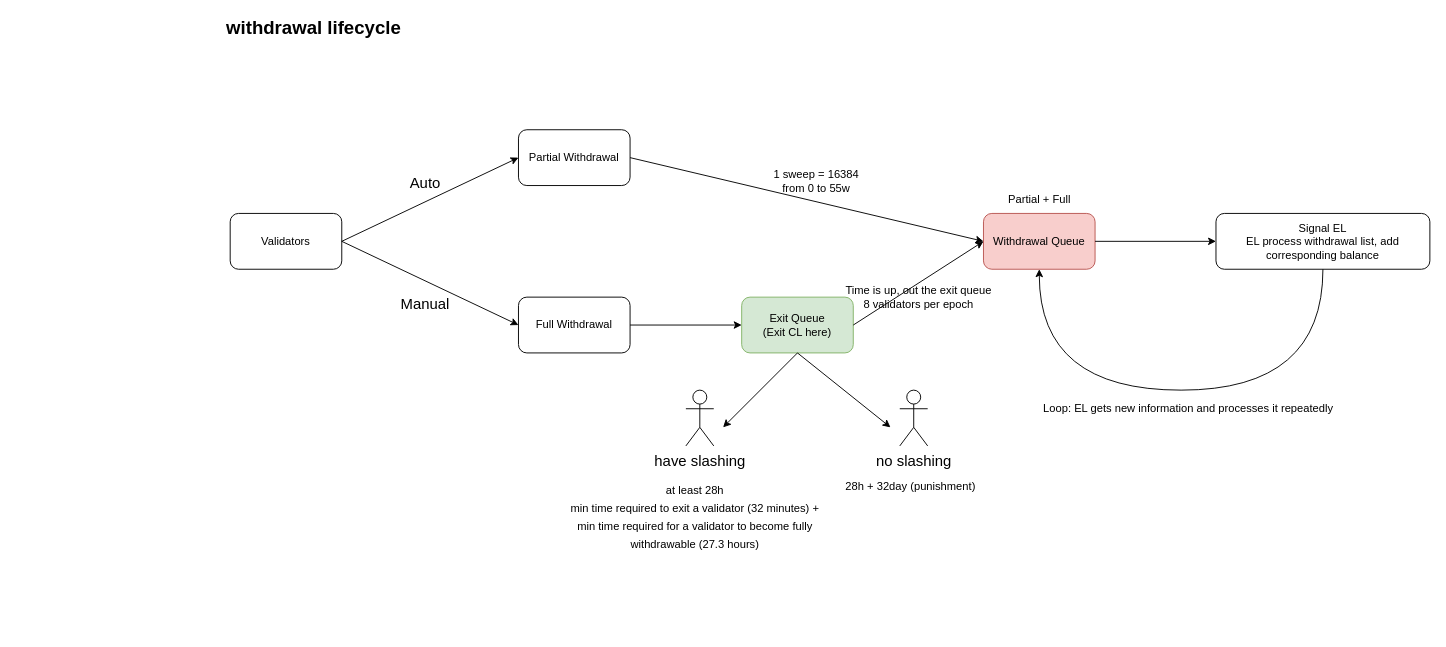
Before: beacon-chain-withdrawals/withdrawal-lifecycle.drawio in 0xyicheng/a-research-diagram, a draw.io diagram. Source tidied: cells renumbered, new cells numbered last; positions are measured from the earlier drawing's top-left corner, leaving out a move shared by most shapes. Both pictures are drawn from the tidied source at 93%, with x=0, y=0 at pixel (165, 18).
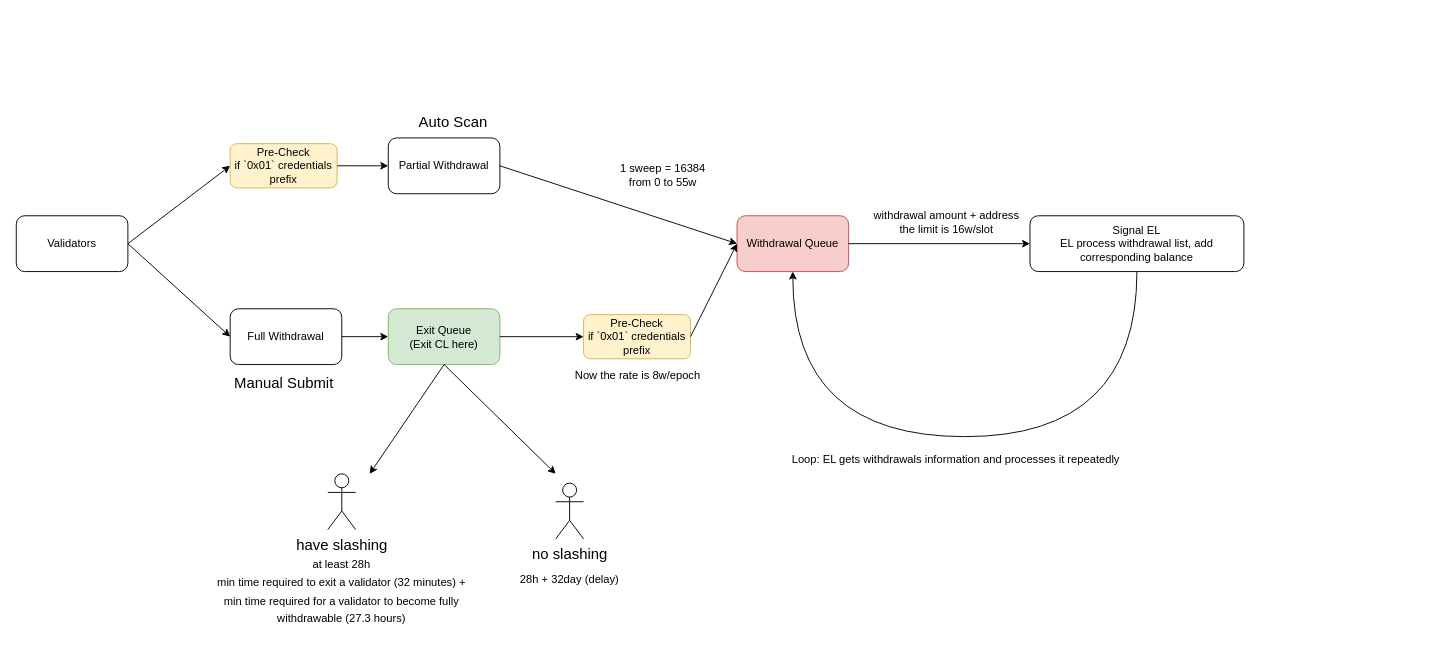
Above is the later version.

The edit, as a diff of the source:
```diff
@@
     <mxCell id="2" value="Validators" style="rounded=1;whiteSpace=wrap;html=1;" parent="1" vertex="1">
-      <mxGeometry x="70" y="210" width="120" height="60" as="geometry" />
+      <mxGeometry x="-160" y="212.5" width="120" height="60" as="geometry" />
     </mxCell>
     <mxCell id="3" value="Partial Withdrawal" style="rounded=1;whiteSpace=wrap;html=1;" parent="1" vertex="1">
-      <mxGeometry x="380" y="120" width="120" height="60" as="geometry" />
+      <mxGeometry x="240" y="128.8" width="120" height="60" as="geometry" />
     </mxCell>
-    <mxCell id="4" value="&lt;font style=&quot;font-size: 20px;&quot;&gt;&lt;b&gt;withdrawal lifecycle&lt;/b&gt;&lt;/font&gt;" style="text;html=1;strokeColor=none;fillColor=none;align=center;verticalAlign=middle;whiteSpace=wrap;rounded=0;" parent="1" vertex="1">
-      <mxGeometry width="320" height="20" as="geometry" />
-    </mxCell>
     <mxCell id="5" value="Full Withdrawal" style="rounded=1;whiteSpace=wrap;html=1;" parent="1" vertex="1">
-      <mxGeometry x="380" y="300" width="120" height="60" as="geometry" />
+      <mxGeometry x="70" y="312.5" width="120" height="60" as="geometry" />
     </mxCell>
-    <mxCell id="6" style="endArrow=classic;html=1;rounded=0;fontSize=20;exitX=1;exitY=0.5;exitDx=0;exitDy=0;entryX=0;entryY=0.5;entryDx=0;entryDy=0;" parent="1" edge="1" source="2" target="3">
+    <mxCell id="6" style="endArrow=classic;html=1;rounded=0;fontSize=20;exitX=1;exitY=0.5;exitDx=0;exitDy=0;entryX=0;entryY=0.5;entryDx=0;entryDy=0;" parent="1" edge="1" source="2" target="28">
       <mxGeometry relative="1" as="geometry" />
     </mxCell>
@@
-    <mxCell id="8" value="&lt;font style=&quot;font-size: 16px;&quot;&gt;Auto&lt;/font&gt;" style="text;html=1;strokeColor=none;fillColor=none;align=center;verticalAlign=middle;whiteSpace=wrap;rounded=0;fontSize=20;" parent="1" vertex="1">
-      <mxGeometry x="250" y="160" width="60" height="30" as="geometry" />
+    <mxCell id="8" value="&lt;font style=&quot;font-size: 16px;&quot;&gt;Auto Scan&lt;/font&gt;" style="text;html=1;strokeColor=none;fillColor=none;align=center;verticalAlign=middle;whiteSpace=wrap;rounded=0;fontSize=20;" parent="1" vertex="1">
+      <mxGeometry x="250" y="100" width="120" height="20" as="geometry" />
     </mxCell>
-    <mxCell id="9" value="&lt;span style=&quot;font-size: 16px;&quot;&gt;Manual&lt;/span&gt;" style="text;html=1;strokeColor=none;fillColor=none;align=center;verticalAlign=middle;whiteSpace=wrap;rounded=0;fontSize=20;" parent="1" vertex="1">
-      <mxGeometry x="250" y="290" width="60" height="30" as="geometry" />
+    <mxCell id="9" value="&lt;span style=&quot;font-size: 16px;&quot;&gt;Manual Submit&lt;/span&gt;" style="text;html=1;strokeColor=none;fillColor=none;align=center;verticalAlign=middle;whiteSpace=wrap;rounded=0;fontSize=20;" parent="1" vertex="1">
+      <mxGeometry x="67.5" y="380" width="120" height="20" as="geometry" />
     </mxCell>
     <mxCell id="10" value="have slashing" style="shape=umlActor;verticalLabelPosition=bottom;verticalAlign=top;html=1;fontSize=16;" parent="1" vertex="1">
-      <mxGeometry x="560" y="400" width="30" height="60" as="geometry" />
+      <mxGeometry x="175" y="490" width="30" height="60" as="geometry" />
     </mxCell>
     <mxCell id="11" value="no slashing" style="shape=umlActor;verticalLabelPosition=bottom;verticalAlign=top;html=1;fontSize=16;" parent="1" vertex="1">
-      <mxGeometry x="790" y="400" width="30" height="60" as="geometry" />
+      <mxGeometry x="420" y="500" width="30" height="60" as="geometry" />
     </mxCell>
     <mxCell id="12" value="&lt;font style=&quot;font-size: 12px;&quot;&gt;at least 28h&lt;br&gt;min time required to exit a validator (32 minutes) + min time required for a validator to become fully withdrawable (27.3 hours)&lt;br&gt;&lt;/font&gt;" style="text;html=1;strokeColor=none;fillColor=none;align=center;verticalAlign=middle;whiteSpace=wrap;rounded=0;fontSize=16;" parent="1" vertex="1">
-      <mxGeometry x="430" y="490" width="280" height="90" as="geometry" />
+      <mxGeometry x="50" y="570" width="280" height="90" as="geometry" />
     </mxCell>
-    <mxCell id="13" value="28h + 32day (punishment)" style="text;whiteSpace=wrap;html=1;fontSize=12;" parent="1" vertex="1">
-      <mxGeometry x="730" y="490" width="150" height="20" as="geometry" />
+    <mxCell id="13" value="28h + 32day (delay)" style="text;whiteSpace=wrap;html=1;fontSize=12;" parent="1" vertex="1">
+      <mxGeometry x="380" y="590" width="150" height="20" as="geometry" />
     </mxCell>
     <mxCell id="14" value="Withdrawal Queue" style="rounded=1;whiteSpace=wrap;html=1;fontSize=12;fillColor=#f8cecc;strokeColor=#b85450;" parent="1" vertex="1">
-      <mxGeometry x="880" y="210" width="120" height="60" as="geometry" />
+      <mxGeometry x="615" y="212.5" width="120" height="60" as="geometry" />
     </mxCell>
     <mxCell id="15" value="Exit Queue&lt;br&gt;(Exit CL here)" style="rounded=1;whiteSpace=wrap;html=1;fontSize=12;fillColor=#d5e8d4;strokeColor=#82b366;" parent="1" vertex="1">
-      <mxGeometry x="620" y="300" width="120" height="60" as="geometry" />
+      <mxGeometry x="240" y="312.5" width="120" height="60" as="geometry" />
     </mxCell>
@@
     <mxCell id="17" style="endArrow=classic;html=1;rounded=0;fontSize=20;exitX=0.5;exitY=1;exitDx=0;exitDy=0;" parent="1" edge="1" source="15">
       <mxGeometry relative="1" as="geometry">
-        <mxPoint x="600" y="440" as="targetPoint" />
+        <mxPoint x="220" y="490" as="targetPoint" />
       </mxGeometry>
     </mxCell>
     <mxCell id="18" style="endArrow=classic;html=1;rounded=0;fontSize=20;exitX=0.5;exitY=1;exitDx=0;exitDy=0;" parent="1" edge="1" source="15">
       <mxGeometry relative="1" as="geometry">
-        <mxPoint x="780" y="440" as="targetPoint" />
+        <mxPoint x="420" y="490" as="targetPoint" />
       </mxGeometry>
     </mxCell>
@@
-    <mxCell id="20" style="endArrow=classic;html=1;rounded=0;fontSize=20;exitX=1;exitY=0.5;exitDx=0;exitDy=0;entryX=0;entryY=0.5;entryDx=0;entryDy=0;" parent="1" edge="1" source="15" target="14">
-      <mxGeometry relative="1" as="geometry" />
-    </mxCell>
-    <mxCell id="21" value="Time is up, out the exit queue&lt;br&gt;8 validators per epoch" style="text;html=1;align=center;verticalAlign=middle;strokeColor=none;fillColor=none;fontSize=12;" parent="1" vertex="1">
-      <mxGeometry x="720" y="280" width="180" height="40" as="geometry" />
+    <mxCell id="21" value="Now the rate is 8w/epoch" style="text;html=1;align=center;verticalAlign=middle;strokeColor=none;fillColor=none;fontSize=12;" parent="1" vertex="1">
+      <mxGeometry x="427.5" y="370" width="160" height="30" as="geometry" />
     </mxCell>
     <mxCell id="22" value="1 sweep = 16384&lt;br&gt;from 0 to 55w" style="text;html=1;align=center;verticalAlign=middle;strokeColor=none;fillColor=none;fontSize=12;" parent="1" vertex="1">
-      <mxGeometry x="640" y="155" width="120" height="40" as="geometry" />
+      <mxGeometry x="475" y="148.8" width="120" height="40" as="geometry" />
     </mxCell>
     <mxCell id="23" value="Signal EL&lt;br&gt;EL process withdrawal list, add corresponding balance" style="rounded=1;whiteSpace=wrap;html=1;fontSize=12;" parent="1" vertex="1">
-      <mxGeometry x="1130" y="210" width="230" height="60" as="geometry" />
+      <mxGeometry x="930" y="212.5" width="230" height="60" as="geometry" />
     </mxCell>
@@
-    <mxCell id="25" value="Partial + Full" style="text;html=1;align=center;verticalAlign=middle;strokeColor=none;fillColor=none;fontSize=12;" parent="1" vertex="1">
-      <mxGeometry x="895" y="180" width="90" height="30" as="geometry" />
+    <mxCell id="25" value="withdrawal amount + address&lt;br&gt;the limit is 16w/slot" style="text;html=1;align=center;verticalAlign=middle;strokeColor=none;fillColor=none;fontSize=12;" parent="1" vertex="1">
+      <mxGeometry x="750" y="200" width="180" height="40" as="geometry" />
     </mxCell>
     <mxCell id="26" style="endArrow=classic;html=1;rounded=0;fontSize=12;edgeStyle=orthogonalEdgeStyle;curved=1;exitX=0.5;exitY=1;exitDx=0;exitDy=0;entryX=0.5;entryY=1;entryDx=0;entryDy=0;" parent="1" edge="1" source="23" target="14">
       <mxGeometry relative="1" as="geometry">
         <Array as="points">
-          <mxPoint x="1245" y="400" />
-          <mxPoint x="940" y="400" />
+          <mxPoint x="1045" y="450" />
+          <mxPoint x="675" y="450" />
         </Array>
       </mxGeometry>
     </mxCell>
-    <mxCell id="27" value="Loop: EL gets new information and processes it repeatedly" style="text;html=1;align=center;verticalAlign=middle;strokeColor=none;fillColor=none;fontSize=12;" parent="1" vertex="1">
-      <mxGeometry x="930" y="405" width="340" height="30" as="geometry" />
+    <mxCell id="27" value="Loop: EL gets withdrawals information and processes it repeatedly" style="text;html=1;align=center;verticalAlign=middle;strokeColor=none;fillColor=none;fontSize=12;" parent="1" vertex="1">
+      <mxGeometry x="660" y="460" width="380" height="30" as="geometry" />
     </mxCell>
+    <mxCell id="28" value="Pre-Check&lt;br&gt;if `0x01` credentials prefix" style="rounded=1;whiteSpace=wrap;html=1;fillColor=#fff2cc;strokeColor=#d6b656;" parent="1" vertex="1">
+      <mxGeometry x="70" y="135" width="115" height="47.5" as="geometry" />
+    </mxCell>
+    <mxCell id="29" style="endArrow=classic;html=1;rounded=0;fontSize=20;exitX=1;exitY=0.5;exitDx=0;exitDy=0;entryX=0;entryY=0.5;entryDx=0;entryDy=0;" parent="1" edge="1" source="28" target="3">
+      <mxGeometry relative="1" as="geometry" />
+    </mxCell>
+    <mxCell id="30" style="edgeStyle=orthogonalEdgeStyle;rounded=0;orthogonalLoop=1;jettySize=auto;html=1;exitX=0.5;exitY=1;exitDx=0;exitDy=0;" parent="1" edge="1" source="9" target="9">
+      <mxGeometry relative="1" as="geometry" />
+    </mxCell>
+    <mxCell id="31" value="Pre-Check&lt;br&gt;if `0x01` credentials prefix" style="rounded=1;whiteSpace=wrap;html=1;fillColor=#fff2cc;strokeColor=#d6b656;" parent="1" vertex="1">
+      <mxGeometry x="450" y="318.8" width="115" height="47.5" as="geometry" />
+    </mxCell>
+    <mxCell id="32" style="endArrow=classic;html=1;rounded=0;fontSize=20;exitX=1;exitY=0.5;exitDx=0;exitDy=0;entryX=0;entryY=0.5;entryDx=0;entryDy=0;" parent="1" edge="1" source="15" target="31">
+      <mxGeometry relative="1" as="geometry" />
+    </mxCell>
+    <mxCell id="33" style="endArrow=classic;html=1;rounded=0;fontSize=20;exitX=1;exitY=0.5;exitDx=0;exitDy=0;entryX=0;entryY=0.5;entryDx=0;entryDy=0;" parent="1" edge="1" source="31" target="14">
+      <mxGeometry relative="1" as="geometry" />
+    </mxCell>
```
